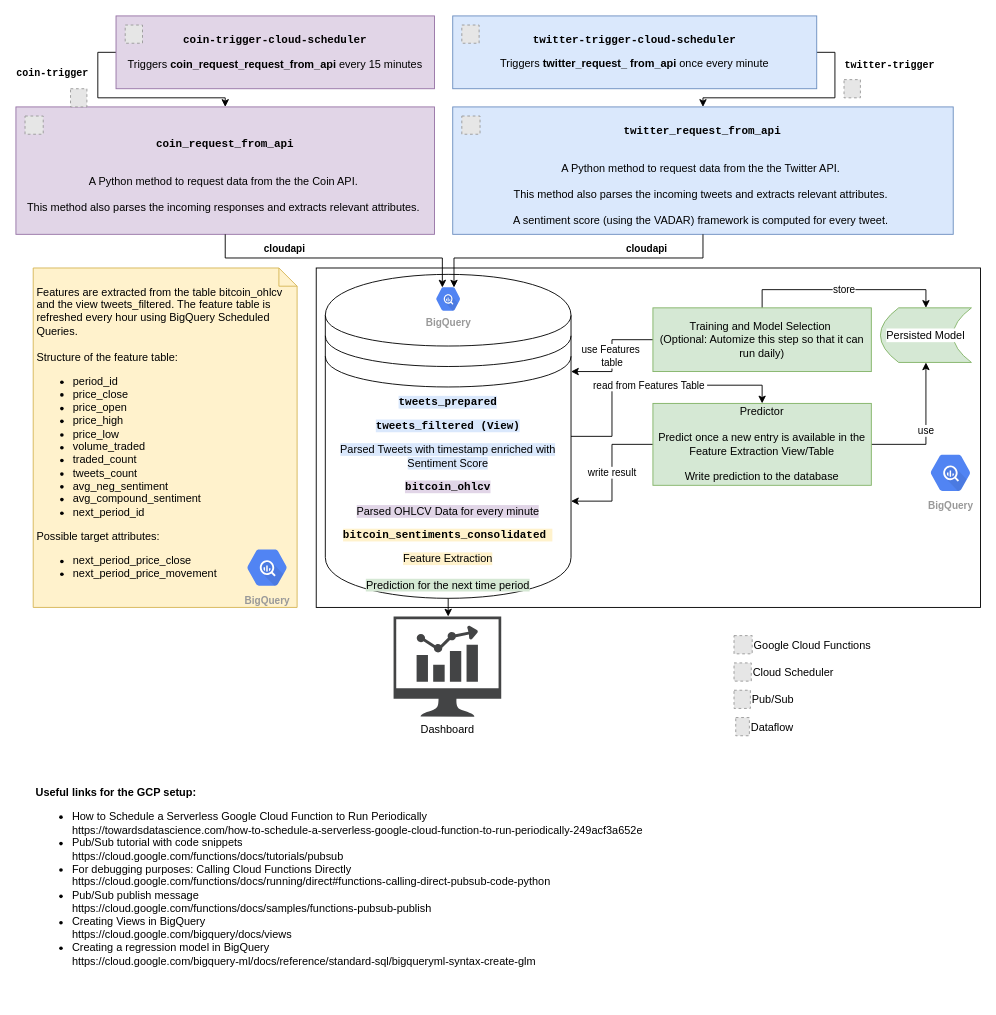
Above: page "All in one" (1 of 6) of documentation/DataFlow.drawio in ptgrigorov27/TheMask (draw.io), before the change. Source tidied: cells renumbered, new cells numbered last; positions are measured from the earlier drawing's top-left corner, leaving out a move shared by most shapes. Both pictures are drawn from the tidied source at 91%, with x=0, y=0 at pixel (15, 15). Pictures stored in the file or linked from it are replaced by grey dashed boxes.
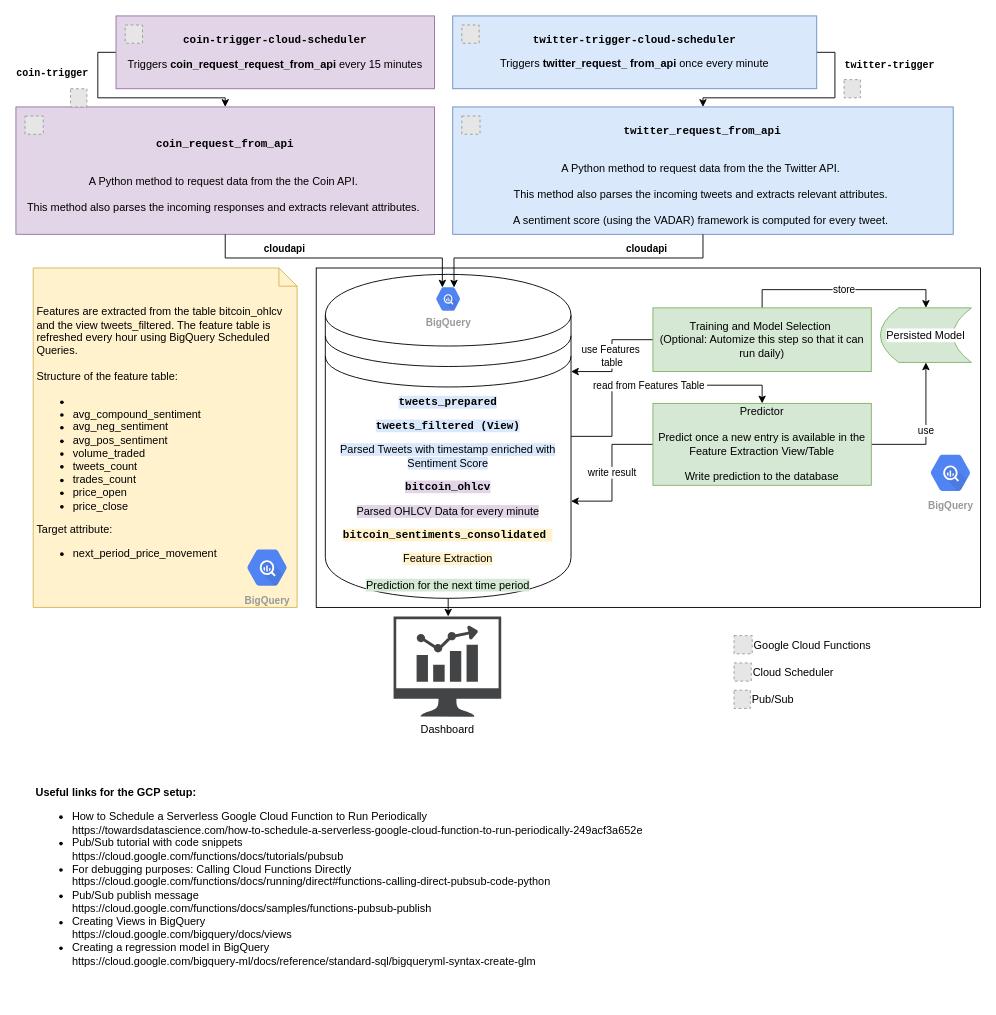
Above is the later version.

Commit message (it also covers changes not shown here):
Created output table and updated documentation

Change to the diagram source:
```diff
@@
-    <mxCell id="22" value="Features are extracted from the table bitcoin_ohlcv and the view tweets_filtered. The feature table is refreshed every hour using BigQuery Scheduled Queries.&amp;nbsp;&lt;br&gt;&lt;br&gt;Structure of the feature table:&amp;nbsp;&lt;span&gt;&amp;nbsp;&lt;/span&gt;&lt;br&gt;&lt;ul&gt;&lt;li&gt;period_id&lt;/li&gt;&lt;li&gt;price_close&lt;/li&gt;&lt;li&gt;price_open&lt;/li&gt;&lt;li&gt;price_high&lt;/li&gt;&lt;li&gt;price_low&lt;/li&gt;&lt;li&gt;volume_traded&lt;/li&gt;&lt;li&gt;traded_count&lt;/li&gt;&lt;li&gt;tweets_count&lt;/li&gt;&lt;li&gt;avg_neg_sentiment&lt;/li&gt;&lt;li&gt;avg_compound_sentiment&lt;/li&gt;&lt;li&gt;next_period_id&lt;/li&gt;&lt;/ul&gt;&lt;div&gt;Possible target attributes:&amp;nbsp;&lt;/div&gt;&lt;ul&gt;&lt;li&gt;next_period_price_close&lt;/li&gt;&lt;li&gt;next_period_price_movement&lt;/li&gt;&lt;/ul&gt;" style="shape=note;size=20;whiteSpace=wrap;html=1;align=left;fillColor=#fff2cc;strokeColor=#d6b656;sketch=0;spacingTop=2;spacingLeft=2;spacingBottom=2;spacingRight=2;" parent="1" vertex="1">
+    <mxCell id="22" value="Features are extracted from the table bitcoin_ohlcv and the view tweets_filtered. The feature table is refreshed every hour using BigQuery Scheduled Queries.&amp;nbsp;&lt;br&gt;&lt;br&gt;Structure of the feature table:&amp;nbsp;&lt;span&gt;&amp;nbsp;&lt;/span&gt;&lt;br&gt;&lt;ul&gt;&lt;li&gt;&lt;/li&gt;&lt;li&gt;avg_compound_sentiment&lt;/li&gt;&lt;li&gt;avg_neg_sentiment&lt;/li&gt;&lt;li&gt;avg_pos_sentiment&lt;/li&gt;&lt;li&gt;volume_traded&lt;/li&gt;&lt;li&gt;tweets_count&lt;/li&gt;&lt;li&gt;trades_count&lt;/li&gt;&lt;li&gt;price_open&lt;/li&gt;&lt;li&gt;price_close&lt;/li&gt;&lt;/ul&gt;&lt;div&gt;Target attribute:&amp;nbsp;&lt;/div&gt;&lt;ul&gt;&lt;li&gt;&lt;span&gt;next_period_price_movement&lt;/span&gt;&lt;br&gt;&lt;/li&gt;&lt;/ul&gt;" style="shape=note;size=20;whiteSpace=wrap;html=1;align=left;fillColor=#fff2cc;strokeColor=#d6b656;sketch=0;spacingTop=2;spacingLeft=2;spacingBottom=2;spacingRight=2;" parent="1" vertex="1">
       <mxGeometry x="19" y="277" width="290" height="373" as="geometry" />
     </mxCell>
@@
-    <mxCell id="37" value="Dataflow" style="fillColor=#E6E6E6;strokeColor=#999999;dashed=1;verticalLabelPosition=middle;labelBackgroundColor=#ffffff;verticalAlign=middle;align=left;labelPosition=right;" parent="1" vertex="1">
-      <mxGeometry x="791" y="771" width="15" height="20" as="geometry" />
-    </mxCell>
```
